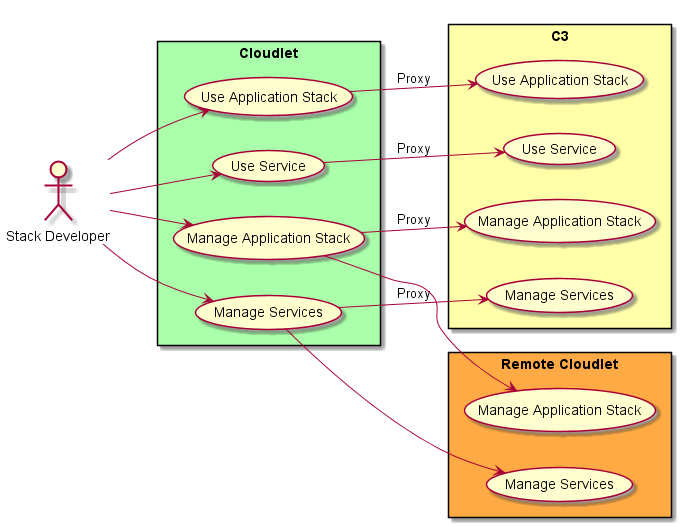
Earlier version of the PlantUML export docs/Actors/Stack-Developer/UseCases.png (CAADE/CloudLet). Source of this version:
```plantuml
@startuml
left to right direction

:Stack Developer: as Admin


rectangle "Cloudlet" #aaffaa {
  Admin --> (Manage Application Stack)
  Admin --> (Use Application Stack)
  Admin --> (Manage Services)
  Admin --> (Use Service)
}

rectangle "C3" #ffffaa {
  (Manage Application Stack) --> ( Manage Application Stack) : Proxy
  (Use Application Stack) --> ( Use Application Stack) : Proxy
  (Manage Services) --> ( Manage Services) : Proxy
  (Use Service) --> ( Use Service) : Proxy
}

rectangle "Remote Cloudlet" #ffaa44 {
(Manage Application Stack) --> ( Manage Application Stack )
  (Manage Services) --> ( Manage Services )
}
@enduml
```
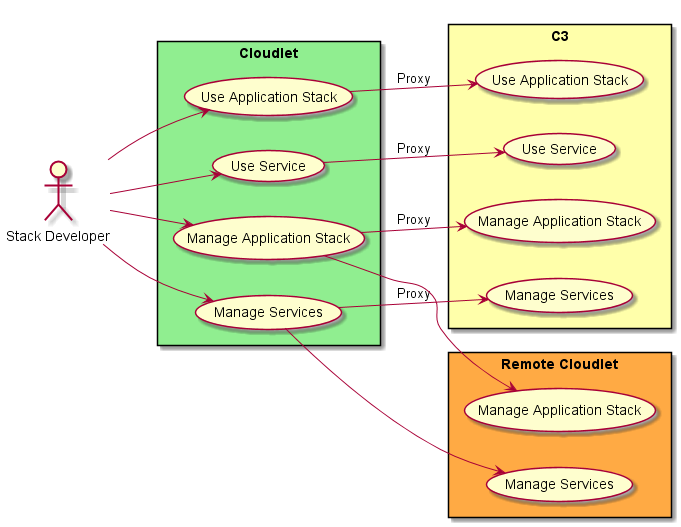
Later version of the same file.

Change to the diagram source:
```diff
@@ -4,7 +4,7 @@
 :Stack Developer: as Admin
 
 
-rectangle "Cloudlet" #aaffaa {
+rectangle "Cloudlet" #lightgreen {
   Admin --> (Manage Application Stack)
   Admin --> (Use Application Stack)
   Admin --> (Manage Services)
```
